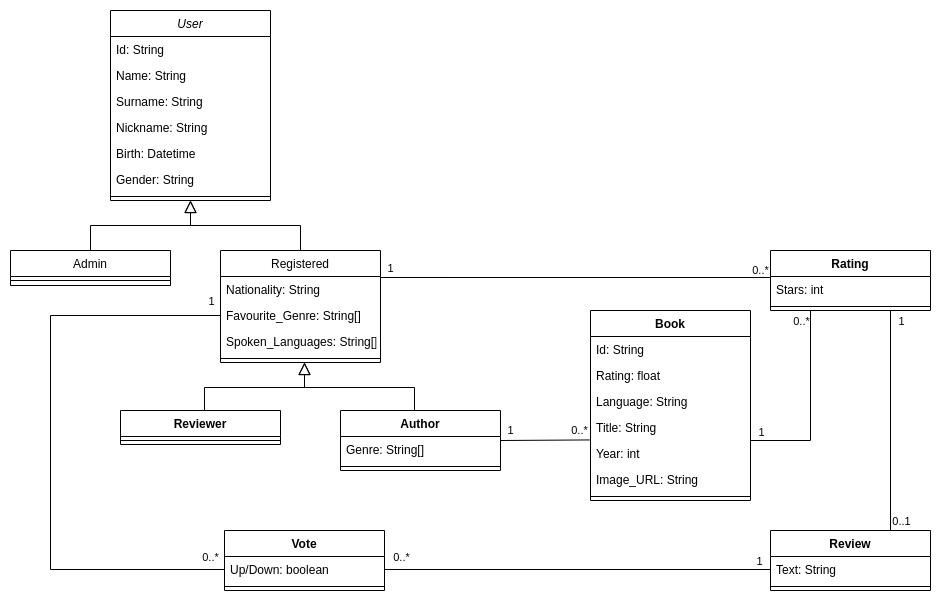
Earlier version of the draw.io export media/UML_Class.drawio.png (Froffri/BookAdvisor). Source tidied: cells renumbered, new cells last; positions are measured from the earlier drawing's top-left corner, leaving out a move shared by most shapes.
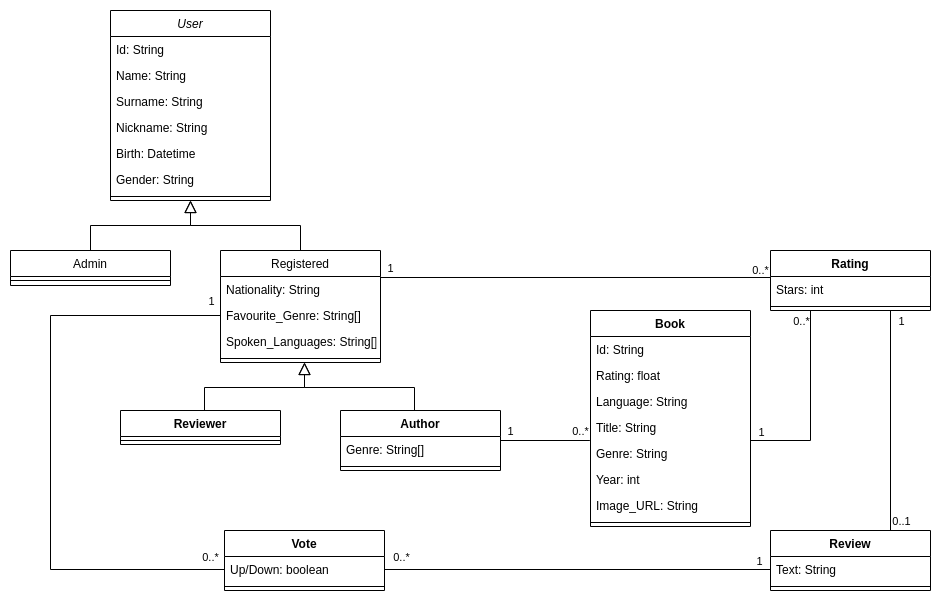
Above is the later version.

Commit message:
Modified the UML Class diagram

...again :')

Diff of the diagram source:
```diff
@@ -81,30 +81,33 @@
       <mxGeometry y="52" width="160" height="8" as="geometry" />
     </mxCell>
     <mxCell id="26" value="Book" style="swimlane;fontStyle=1;align=center;verticalAlign=top;horizontal=1;startSize=26;" parent="1" vertex="1">
-      <mxGeometry x="580" y="300" width="160" height="190" as="geometry" />
+      <mxGeometry x="580" y="300" width="160" height="216" as="geometry" />
     </mxCell>
+    <mxCell id="61" value="Id: String" style="text;strokeColor=none;fillColor=none;align=left;verticalAlign=top;spacingLeft=4;spacingRight=4;overflow=hidden;" parent="26" vertex="1">
+      <mxGeometry y="26" width="160" height="26" as="geometry" />
+    </mxCell>
-    <mxCell id="27" value="Id: String" style="text;strokeColor=none;fillColor=none;align=left;verticalAlign=top;spacingLeft=4;spacingRight=4;overflow=hidden;" parent="26" vertex="1">
-      <mxGeometry y="26" width="160" height="26" as="geometry" />
+    <mxCell id="27" value="Rating: float" style="text;strokeColor=none;fillColor=none;align=left;verticalAlign=top;spacingLeft=4;spacingRight=4;overflow=hidden;" parent="26" vertex="1">
+      <mxGeometry y="52" width="160" height="26" as="geometry" />
     </mxCell>
-    <mxCell id="28" value="Rating: float" style="text;strokeColor=none;fillColor=none;align=left;verticalAlign=top;spacingLeft=4;spacingRight=4;overflow=hidden;" parent="26" vertex="1">
-      <mxGeometry y="52" width="160" height="26" as="geometry" />
+    <mxCell id="28" value="Language: String" style="text;strokeColor=none;fillColor=none;align=left;verticalAlign=top;spacingLeft=4;spacingRight=4;overflow=hidden;" parent="26" vertex="1">
+      <mxGeometry y="78" width="160" height="26" as="geometry" />
     </mxCell>
-    <mxCell id="29" value="Language: String" style="text;strokeColor=none;fillColor=none;align=left;verticalAlign=top;spacingLeft=4;spacingRight=4;overflow=hidden;" parent="26" vertex="1">
-      <mxGeometry y="78" width="160" height="26" as="geometry" />
+    <mxCell id="29" value="Title: String" style="text;strokeColor=none;fillColor=none;align=left;verticalAlign=top;spacingLeft=4;spacingRight=4;overflow=hidden;" parent="26" vertex="1">
+      <mxGeometry y="104" width="160" height="26" as="geometry" />
     </mxCell>
-    <mxCell id="30" value="Title: String" style="text;strokeColor=none;fillColor=none;align=left;verticalAlign=top;spacingLeft=4;spacingRight=4;overflow=hidden;points=[[0,0.5],[1,0.5]];portConstraint=eastwest;" parent="26" vertex="1">
-      <mxGeometry y="104" width="160" height="26" as="geometry" />
+    <mxCell id="30" value="Genre: String" style="text;strokeColor=none;fillColor=none;align=left;verticalAlign=top;spacingLeft=4;spacingRight=4;overflow=hidden;points=[[0,0.5],[1,0.5]];portConstraint=eastwest;" parent="26" vertex="1">
+      <mxGeometry y="130" width="160" height="26" as="geometry" />
     </mxCell>
     <mxCell id="31" value="Year: int" style="text;strokeColor=none;fillColor=none;align=left;verticalAlign=top;spacingLeft=4;spacingRight=4;overflow=hidden;points=[[0,0.5],[1,0.5]];portConstraint=eastwest;" parent="26" vertex="1">
-      <mxGeometry y="130" width="160" height="26" as="geometry" />
+      <mxGeometry y="156" width="160" height="26" as="geometry" />
     </mxCell>
     <mxCell id="32" value="Image_URL: String&#10;" style="text;strokeColor=none;fillColor=none;align=left;verticalAlign=top;spacingLeft=4;spacingRight=4;overflow=hidden;" parent="26" vertex="1">
-      <mxGeometry y="156" width="160" height="26" as="geometry" />
+      <mxGeometry y="182" width="160" height="26" as="geometry" />
     </mxCell>
     <mxCell id="33" style="line;strokeWidth=1;fillColor=none;align=left;verticalAlign=middle;spacingTop=-1;spacingLeft=3;spacingRight=3;labelPosition=right;strokeColor=inherit;" parent="26" vertex="1">
-      <mxGeometry y="182" width="160" height="8" as="geometry" />
+      <mxGeometry y="208" width="160" height="8" as="geometry" />
     </mxCell>
-    <mxCell id="34" style="endArrow=none;html=1;rounded=0;exitX=1;exitY=0.5;exitDx=0;exitDy=0;entryX=-0.004;entryY=-0.022;entryDx=0;entryDy=0;entryPerimeter=0;" parent="1" edge="1" source="23" target="31">
+    <mxCell id="34" style="endArrow=none;html=1;rounded=0;exitX=1;exitY=0.5;exitDx=0;exitDy=0;entryX=-0.004;entryY=0;entryDx=0;entryDy=0;entryPerimeter=0;" parent="1" edge="1" source="23" target="30">
       <mxGeometry relative="1" as="geometry" />
     </mxCell>
     <mxCell id="35" value="1" style="edgeLabel;html=1;align=center;verticalAlign=middle;" parent="34" vertex="1">
```
